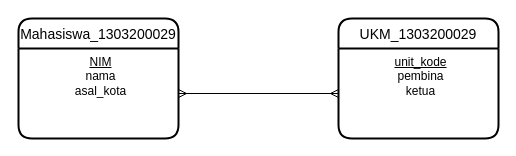
The draw.io diagram drawio/TP MOD 3 PDB.drawio in handokota/drawio, before the edit. Source tidied: cells renumbered, new cells numbered last; positions are measured from the earlier drawing's top-left corner, leaving out a move shared by most shapes. Both pictures are drawn from the tidied source at 100%, with x=0, y=0 at pixel (18, 18).
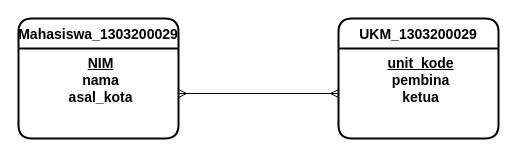
Above is the later version.

Change to the diagram source:
```diff
@@
 <mxGraphModel>
   <root>
     <mxCell id="0" />
     <mxCell id="1" parent="0" />
-    <mxCell id="2" value="Mahasiswa_1303200029" style="swimlane;horizontal=1;startSize=30;rounded=1;fontSize=14;fontStyle=0;strokeWidth=2;shadow=0;dashed=0;align=center;" parent="1" vertex="1">
+    <mxCell id="2" value="Mahasiswa_1303200029" style="swimlane;horizontal=1;startSize=30;rounded=1;fontSize=14;fontStyle=1;strokeWidth=2;shadow=0;dashed=0;align=center;" parent="1" vertex="1">
       <mxGeometry width="160" height="120" as="geometry" />
     </mxCell>
-    <mxCell id="3" value="&lt;u&gt;NIM&lt;/u&gt;&lt;br&gt;nama&lt;br&gt;asal_kota" style="align=center;strokeColor=none;fillColor=none;spacingLeft=4;fontSize=12;verticalAlign=top;fontStyle=0;html=1;" parent="2" vertex="1">
+    <mxCell id="3" value="&lt;b style=&quot;font-size: 14px&quot;&gt;&lt;u&gt;NIM&lt;/u&gt;&lt;br&gt;nama&lt;br&gt;asal_kota&lt;/b&gt;" style="align=center;strokeColor=none;fillColor=none;spacingLeft=4;fontSize=12;verticalAlign=top;fontStyle=0;html=1;" parent="2" vertex="1">
       <mxGeometry y="30" width="160" height="90" as="geometry" />
     </mxCell>
-    <mxCell id="4" value="UKM_1303200029" style="swimlane;horizontal=1;startSize=30;rounded=1;fontSize=14;fontStyle=0;strokeWidth=2;shadow=0;dashed=0;align=center;" parent="1" vertex="1">
+    <mxCell id="4" value="UKM_1303200029" style="swimlane;horizontal=1;startSize=30;rounded=1;fontSize=14;fontStyle=1;strokeWidth=2;shadow=0;dashed=0;align=center;" parent="1" vertex="1">
       <mxGeometry x="320" width="160" height="120" as="geometry" />
     </mxCell>
-    <mxCell id="5" value="&lt;u&gt;unit_kode&lt;/u&gt;&lt;br&gt;pembina&lt;br&gt;ketua" style="align=center;strokeColor=none;fillColor=none;spacingLeft=4;fontSize=12;verticalAlign=top;fontStyle=0;html=1;" parent="4" vertex="1">
+    <mxCell id="5" value="&lt;b style=&quot;font-size: 14px&quot;&gt;&lt;u&gt;unit_kode&lt;/u&gt;&lt;br&gt;pembina&lt;br&gt;ketua&lt;/b&gt;" style="align=center;strokeColor=none;fillColor=none;spacingLeft=4;fontSize=12;verticalAlign=top;fontStyle=0;html=1;" parent="4" vertex="1">
       <mxGeometry y="30" width="160" height="90" as="geometry" />
     </mxCell>
     <mxCell id="6" style="edgeStyle=orthogonalEdgeStyle;rounded=0;jettySize=auto;html=1;entryX=0;entryY=0.5;entryDx=0;entryDy=0;startArrow=ERmany;startFill=0;endArrow=ERmany;endFill=0;" parent="1" edge="1" source="3" target="5">
       <mxGeometry relative="1" as="geometry" />
     </mxCell>
   </root>
 </mxGraphModel>
```
